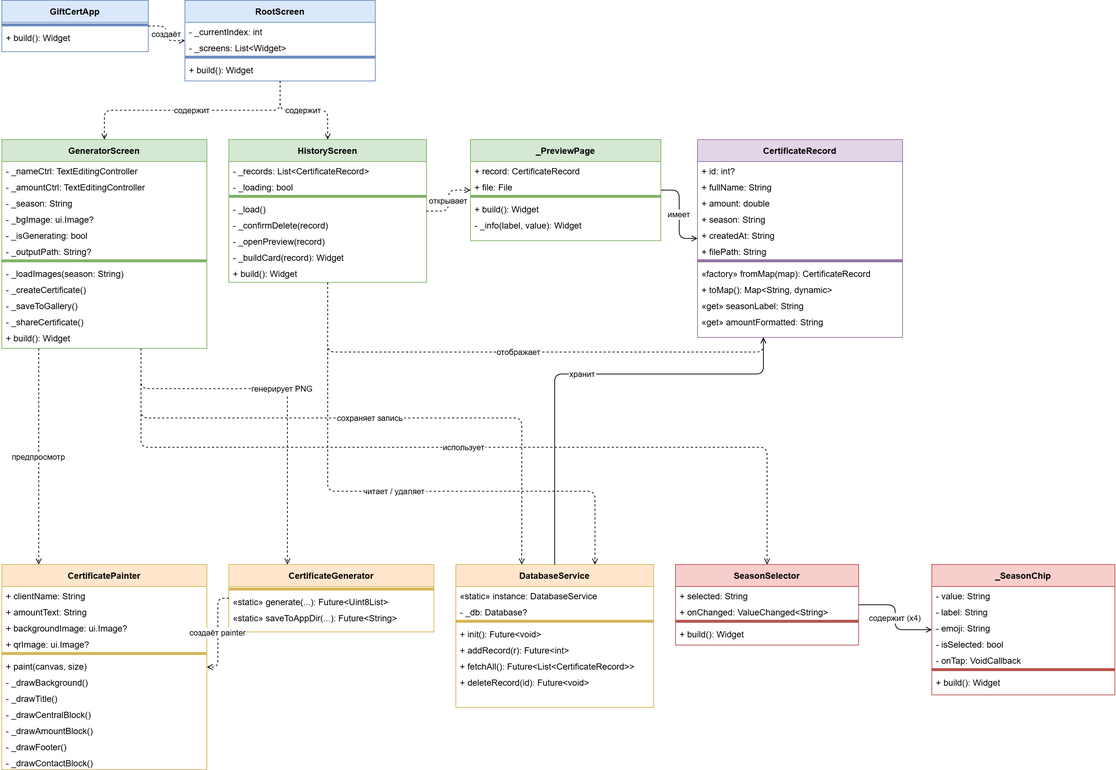
This is docs/uml_class_diagram_light.png from nikitamaximov2007/gift-certificate-app, a draw.io export, as it was before one commit. Source tidied: cells renumbered, new cells last; positions are measured from the earlier drawing's top-left corner, leaving out a move shared by most shapes.
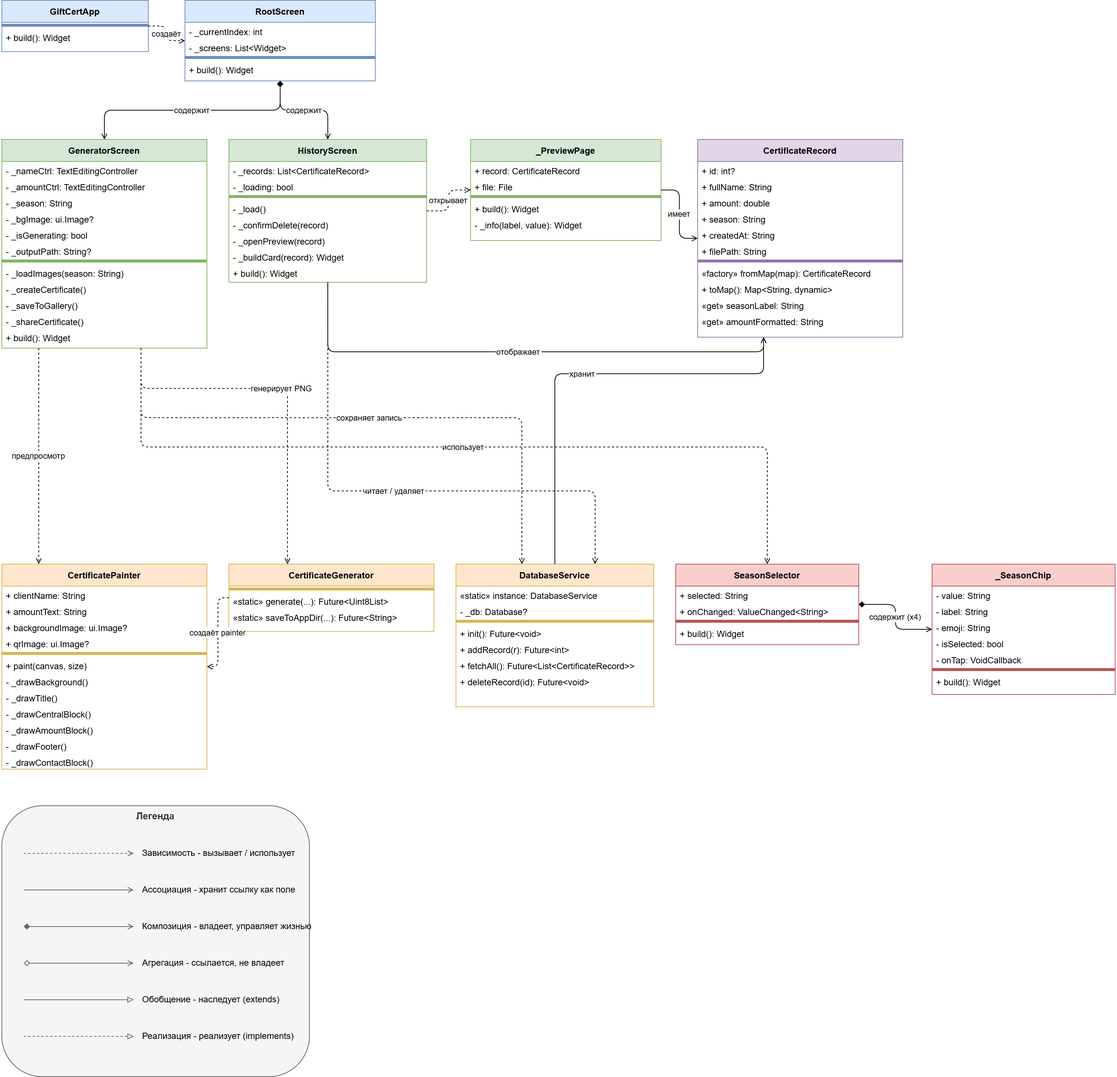
Later version of the same file.

Commit message:
Update UML diagrams with correct relationship types

Diff of the diagram source:
```diff
@@ -263,10 +263,10 @@
     <mxCell id="88" value="создаёт" style="edgeStyle=orthogonalEdgeStyle;dashed=1;endArrow=open;endFill=0;fontSize=11;" parent="1" edge="1" source="2" target="5">
       <mxGeometry relative="1" as="geometry" />
     </mxCell>
-    <mxCell id="89" value="содержит" style="edgeStyle=orthogonalEdgeStyle;dashed=1;endArrow=open;endFill=0;fontSize=11;" parent="1" edge="1" source="5" target="10">
+    <mxCell id="89" value="содержит" style="edgeStyle=orthogonalEdgeStyle;endArrow=open;endFill=0;startArrow=diamond;startFill=1;fontSize=11;" parent="1" edge="1" source="5" target="10">
       <mxGeometry relative="1" as="geometry" />
     </mxCell>
-    <mxCell id="90" value="содержит" style="edgeStyle=orthogonalEdgeStyle;dashed=1;endArrow=open;endFill=0;fontSize=11;" parent="1" edge="1" source="5" target="23">
+    <mxCell id="90" value="содержит" style="edgeStyle=orthogonalEdgeStyle;endArrow=open;endFill=0;startArrow=diamond;startFill=1;fontSize=11;" parent="1" edge="1" source="5" target="23">
       <mxGeometry relative="1" as="geometry" />
     </mxCell>
     <mxCell id="91" value="предпросмотр" style="edgeStyle=orthogonalEdgeStyle;dashed=1;endArrow=open;endFill=0;fontSize=11;exitX=0.18;exitY=1;exitDx=0;exitDy=0;entryX=0.18;entryY=0;entryDx=0;entryDy=0;" parent="1" edge="1" source="10" target="50">
@@ -307,7 +307,7 @@
     <mxCell id="96" value="открывает" style="edgeStyle=orthogonalEdgeStyle;dashed=1;endArrow=open;endFill=0;fontSize=11;" parent="1" edge="1" source="23" target="32">
       <mxGeometry relative="1" as="geometry" />
     </mxCell>
-    <mxCell id="97" value="отображает" style="edgeStyle=orthogonalEdgeStyle;dashed=1;endArrow=open;endFill=0;fontSize=11;" parent="1" edge="1" source="23" target="38">
+    <mxCell id="97" value="отображает" style="edgeStyle=orthogonalEdgeStyle;endArrow=open;endFill=0;fontSize=11;" parent="1" edge="1" source="23" target="38">
       <mxGeometry relative="1" as="geometry">
         <Array as="points">
           <mxPoint x="445" y="480" />
@@ -329,8 +329,65 @@
         </Array>
       </mxGeometry>
     </mxCell>
-    <mxCell id="101" value="содержит (x4)" style="edgeStyle=orthogonalEdgeStyle;endArrow=open;endFill=0;fontSize=11;" parent="1" edge="1" source="75" target="80">
+    <mxCell id="101" value="содержит (x4)" style="edgeStyle=orthogonalEdgeStyle;endArrow=open;endFill=0;startArrow=diamond;startFill=1;fontSize=11;" parent="1" edge="1" source="75" target="80">
       <mxGeometry relative="1" as="geometry" />
     </mxCell>
+    <mxCell id="102" value="Легенда" style="rounded=1;whiteSpace=wrap;html=1;fillColor=#f5f5f5;strokeColor=#666666;fontColor=#333333;fontStyle=1;fontSize=13;verticalAlign=top;align=center;" parent="1" vertex="1">
+      <mxGeometry y="1100" width="420" height="370" as="geometry" />
+    </mxCell>
+    <mxCell id="103" style="dashed=1;endArrow=open;endFill=0;fontSize=12;strokeColor=#666666;" parent="1" edge="1">
+      <mxGeometry relative="1" as="geometry">
+        <mxPoint x="30" y="1165" as="sourcePoint" />
+        <mxPoint x="180" y="1165" as="targetPoint" />
+      </mxGeometry>
+    </mxCell>
+    <mxCell id="104" value="Зависимость - вызывает / использует" style="text;html=1;align=left;verticalAlign=middle;fontSize=12;fillColor=none;fontColor=#000000;" parent="1" vertex="1">
+      <mxGeometry x="190" y="1152" width="215" height="26" as="geometry" />
+    </mxCell>
+    <mxCell id="105" style="endArrow=open;endFill=0;fontSize=12;strokeColor=#666666;" parent="1" edge="1">
+      <mxGeometry relative="1" as="geometry">
+        <mxPoint x="30" y="1215" as="sourcePoint" />
+        <mxPoint x="180" y="1215" as="targetPoint" />
+      </mxGeometry>
+    </mxCell>
+    <mxCell id="106" value="Ассоциация - хранит ссылку как поле" style="text;html=1;strokeColor=none;fillColor=none;align=left;verticalAlign=middle;fontSize=12;fontColor=#000000;" parent="1" vertex="1">
+      <mxGeometry x="190" y="1202" width="215" height="26" as="geometry" />
+    </mxCell>
+    <mxCell id="107" style="endArrow=open;endFill=0;startArrow=diamond;startFill=1;fontSize=12;strokeColor=#666666;" parent="1" edge="1">
+      <mxGeometry relative="1" as="geometry">
+        <mxPoint x="30" y="1265" as="sourcePoint" />
+        <mxPoint x="180" y="1265" as="targetPoint" />
+      </mxGeometry>
+    </mxCell>
+    <mxCell id="108" value="Композиция - владеет, управляет жизнью" style="text;html=1;strokeColor=none;fillColor=none;align=left;verticalAlign=middle;fontSize=12;fontColor=#000000;" parent="1" vertex="1">
+      <mxGeometry x="190" y="1252" width="215" height="26" as="geometry" />
+    </mxCell>
+    <mxCell id="109" style="endArrow=open;endFill=0;startArrow=diamond;startFill=0;fontSize=12;strokeColor=#666666;" parent="1" edge="1">
+      <mxGeometry relative="1" as="geometry">
+        <mxPoint x="30" y="1315" as="sourcePoint" />
+        <mxPoint x="180" y="1315" as="targetPoint" />
+      </mxGeometry>
+    </mxCell>
+    <mxCell id="110" value="Агрегация - ссылается, не владеет" style="text;html=1;strokeColor=none;fillColor=none;align=left;verticalAlign=middle;fontSize=12;fontColor=#000000;" parent="1" vertex="1">
+      <mxGeometry x="190" y="1302" width="215" height="26" as="geometry" />
+    </mxCell>
+    <mxCell id="111" style="endArrow=block;endFill=0;fontSize=12;strokeColor=#666666;" parent="1" edge="1">
+      <mxGeometry relative="1" as="geometry">
+        <mxPoint x="30" y="1365" as="sourcePoint" />
+        <mxPoint x="180" y="1365" as="targetPoint" />
+      </mxGeometry>
+    </mxCell>
+    <mxCell id="112" value="Обобщение - наследует (extends)" style="text;html=1;strokeColor=none;fillColor=none;align=left;verticalAlign=middle;fontSize=12;fontColor=#000000;" parent="1" vertex="1">
+      <mxGeometry x="190" y="1352" width="215" height="26" as="geometry" />
+    </mxCell>
+    <mxCell id="113" style="dashed=1;endArrow=block;endFill=0;fontSize=12;strokeColor=#666666;" parent="1" edge="1">
+      <mxGeometry relative="1" as="geometry">
+        <mxPoint x="30" y="1415" as="sourcePoint" />
+        <mxPoint x="180" y="1415" as="targetPoint" />
+      </mxGeometry>
+    </mxCell>
+    <mxCell id="114" value="Реализация - реализует (implements)" style="text;html=1;strokeColor=none;fillColor=none;align=left;verticalAlign=middle;fontSize=12;fontColor=#000000;" parent="1" vertex="1">
+      <mxGeometry x="190" y="1402" width="215" height="26" as="geometry" />
+    </mxCell>
   </root>
 </mxGraphModel>
```
